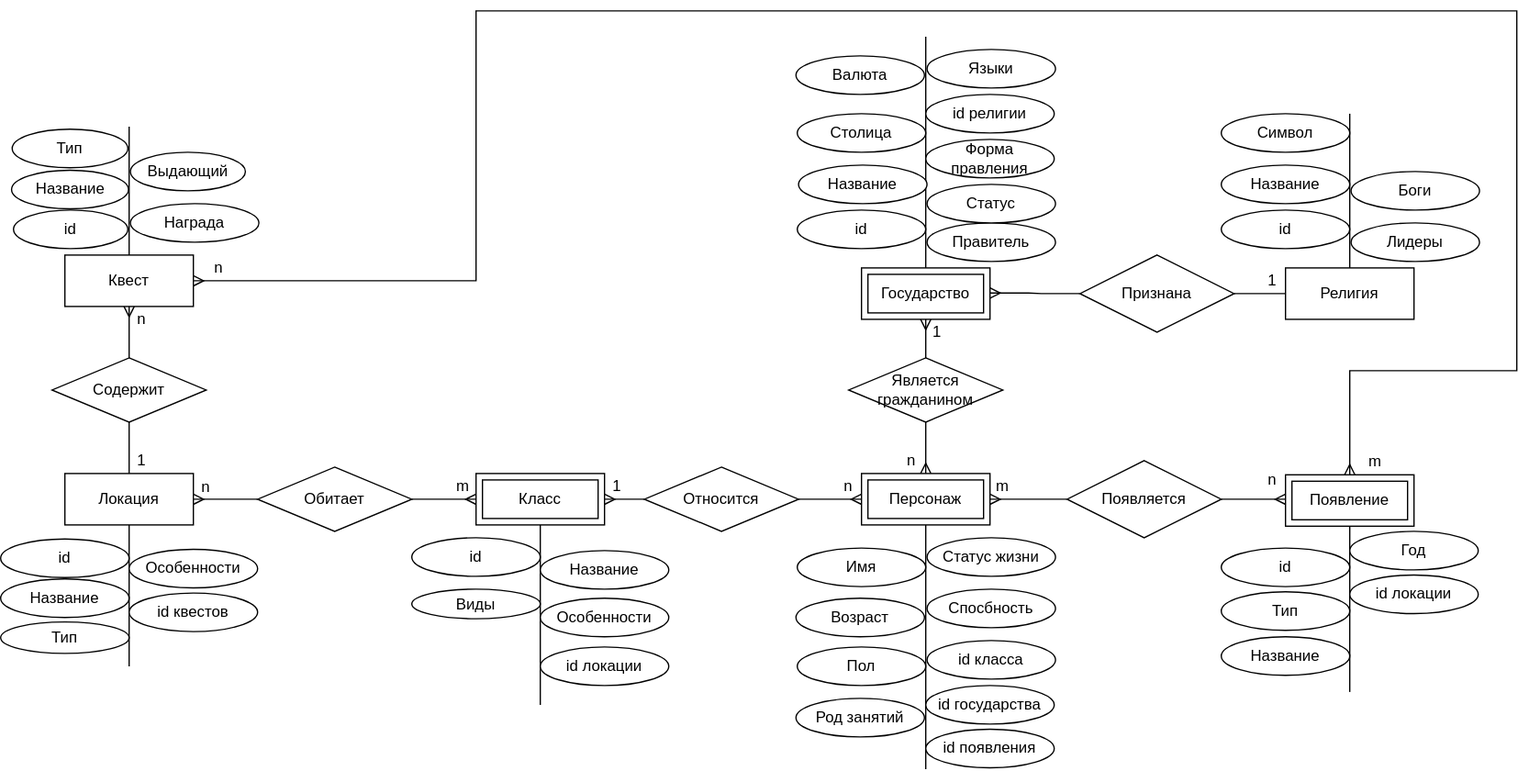
Earlier version of the draw.io export labs/data/er_diagram.svg (Erlendum/BMSTU_DB). Source tidied: cells renumbered, new cells last; positions are measured from the earlier drawing's top-left corner, leaving out a move shared by most shapes.
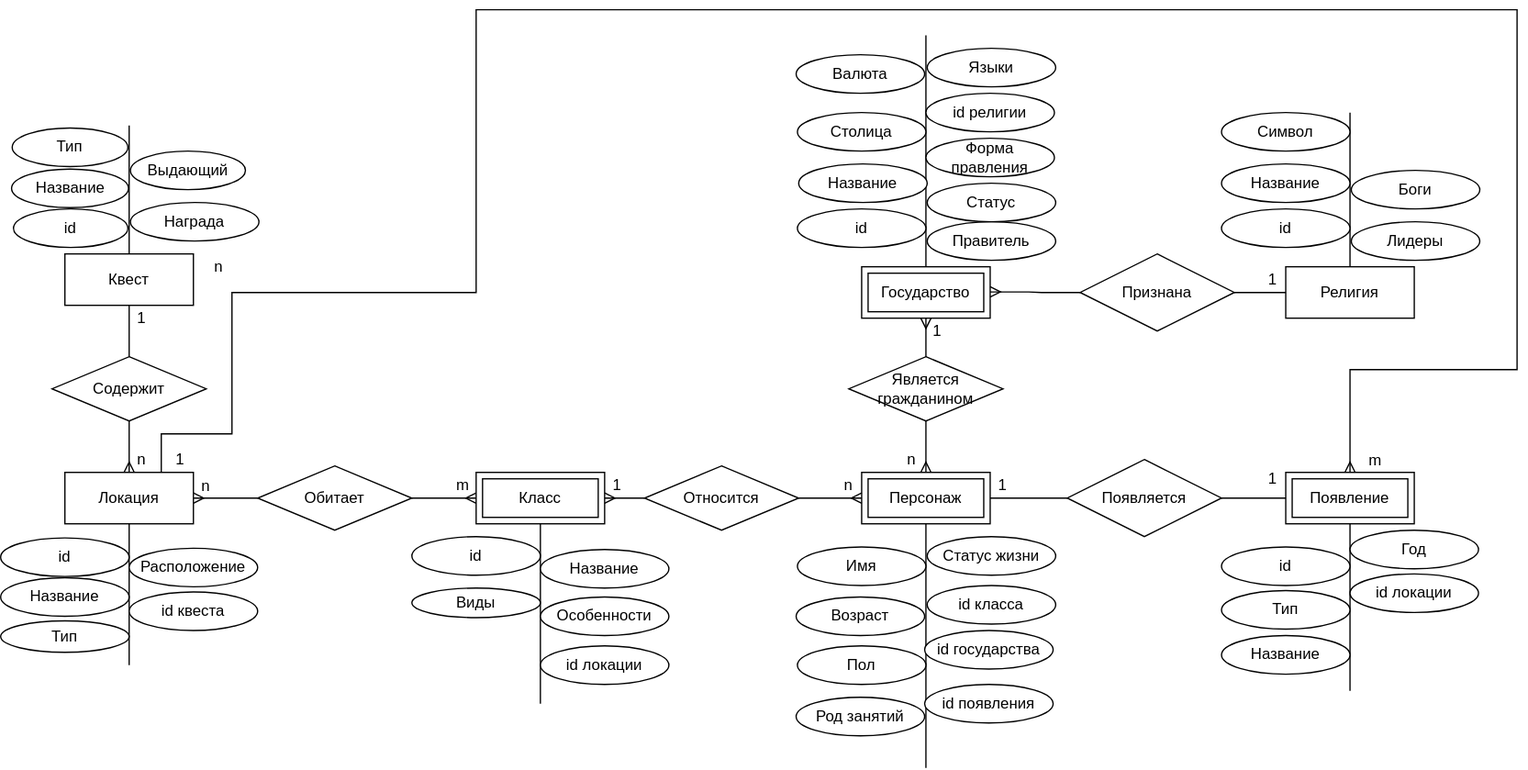
After the commit.

The edit, as a diff of the source:
```diff
@@ -11,11 +11,8 @@
     <mxCell id="3" value="Статус жизни" style="ellipse;whiteSpace=wrap;html=1;align=center;" parent="1" vertex="1">
       <mxGeometry x="721" y="410" width="100" height="30" as="geometry" />
     </mxCell>
-    <mxCell id="4" value="Спосбность" style="ellipse;whiteSpace=wrap;html=1;align=center;" parent="1" vertex="1">
-      <mxGeometry x="721" y="450" width="100" height="30" as="geometry" />
-    </mxCell>
     <mxCell id="5" value="id класса" style="ellipse;whiteSpace=wrap;html=1;align=center;" parent="1" vertex="1">
-      <mxGeometry x="721" y="490" width="100" height="30" as="geometry" />
+      <mxGeometry x="721" y="448" width="100" height="30" as="geometry" />
     </mxCell>
     <mxCell id="6" value="Имя" style="ellipse;whiteSpace=wrap;html=1;align=center;" parent="1" vertex="1">
       <mxGeometry x="620" y="418" width="100" height="30" as="geometry" />
@@ -27,7 +24,7 @@
       <mxGeometry x="620" y="495" width="100" height="30" as="geometry" />
     </mxCell>
     <mxCell id="9" value="id государства" style="ellipse;whiteSpace=wrap;html=1;align=center;" parent="1" vertex="1">
-      <mxGeometry x="720" y="525" width="100" height="30" as="geometry" />
+      <mxGeometry x="719" y="483" width="100" height="30" as="geometry" />
     </mxCell>
     <mxCell id="10" style="edgeStyle=orthogonalEdgeStyle;rounded=0;orthogonalLoop=1;jettySize=auto;html=1;endArrow=none;endFill=0;" parent="1" edge="1">
       <mxGeometry relative="1" as="geometry">
@@ -53,19 +50,9 @@
     <mxCell id="16" value="Род занятий" style="ellipse;whiteSpace=wrap;html=1;align=center;" parent="1" vertex="1">
       <mxGeometry x="619" y="535" width="100" height="30" as="geometry" />
     </mxCell>
-    <mxCell id="17" style="edgeStyle=entityRelationEdgeStyle;fontSize=12;html=1;endArrow=ERmany;startArrow=none;rounded=0;exitX=1;exitY=0.5;exitDx=0;exitDy=0;entryX=0;entryY=0.5;entryDx=0;entryDy=0;" parent="1" edge="1" source="18">
-      <mxGeometry relative="1" as="geometry">
-        <mxPoint x="1000" y="380" as="targetPoint" />
-      </mxGeometry>
-    </mxCell>
     <mxCell id="18" value="Появляется" style="shape=rhombus;perimeter=rhombusPerimeter;whiteSpace=wrap;html=1;align=center;" parent="1" vertex="1">
       <mxGeometry x="830" y="350" width="120" height="60" as="geometry" />
     </mxCell>
-    <mxCell id="19" style="edgeStyle=entityRelationEdgeStyle;fontSize=12;html=1;endArrow=none;startArrow=ERmany;rounded=0;exitX=1;exitY=0.5;exitDx=0;exitDy=0;entryX=0;entryY=0.5;entryDx=0;entryDy=0;" parent="1" edge="1" target="18">
-      <mxGeometry relative="1" as="geometry">
-        <mxPoint x="770" y="380" as="sourcePoint" />
-      </mxGeometry>
-    </mxCell>
     <mxCell id="20" style="edgeStyle=orthogonalEdgeStyle;rounded=0;orthogonalLoop=1;jettySize=auto;html=1;startArrow=ERmany;startFill=0;endArrow=ERmany;endFill=0;" parent="1" edge="1">
       <mxGeometry relative="1" as="geometry">
         <mxPoint x="720" y="240" as="sourcePoint" />
@@ -100,7 +87,7 @@
       <mxGeometry x="620" y="80" width="100" height="30" as="geometry" />
     </mxCell>
     <mxCell id="29" value="id появления" style="ellipse;whiteSpace=wrap;html=1;align=center;" parent="1" vertex="1">
-      <mxGeometry x="720" y="559" width="100" height="30" as="geometry" />
+      <mxGeometry x="719" y="525" width="100" height="30" as="geometry" />
     </mxCell>
     <mxCell id="30" style="edgeStyle=orthogonalEdgeStyle;rounded=0;orthogonalLoop=1;jettySize=auto;html=1;startArrow=none;startFill=0;endArrow=none;endFill=0;" parent="1" edge="1">
       <mxGeometry relative="1" as="geometry">
@@ -131,10 +118,10 @@
     <mxCell id="37" value="id религии" style="ellipse;whiteSpace=wrap;html=1;align=center;" parent="1" vertex="1">
       <mxGeometry x="720" y="65" width="100" height="30" as="geometry" />
     </mxCell>
-    <mxCell id="38" value="n" style="text;html=1;strokeColor=none;fillColor=none;align=center;verticalAlign=middle;whiteSpace=wrap;rounded=0;" parent="1" vertex="1">
+    <mxCell id="38" value="1" style="text;html=1;strokeColor=none;fillColor=none;align=center;verticalAlign=middle;whiteSpace=wrap;rounded=0;" parent="1" vertex="1">
       <mxGeometry x="980" y="355" width="20" height="20" as="geometry" />
     </mxCell>
-    <mxCell id="39" value="m" style="text;html=1;strokeColor=none;fillColor=none;align=center;verticalAlign=middle;whiteSpace=wrap;rounded=0;" parent="1" vertex="1">
+    <mxCell id="39" value="1" style="text;html=1;strokeColor=none;fillColor=none;align=center;verticalAlign=middle;whiteSpace=wrap;rounded=0;" parent="1" vertex="1">
       <mxGeometry x="770" y="360" width="20" height="20" as="geometry" />
     </mxCell>
     <mxCell id="40" value="1" style="text;html=1;strokeColor=none;fillColor=none;align=center;verticalAlign=middle;whiteSpace=wrap;rounded=0;" parent="1" vertex="1">
@@ -160,24 +147,19 @@
         <mxPoint x="100" y="510" as="targetPoint" />
       </mxGeometry>
     </mxCell>
-    <mxCell id="47" style="edgeStyle=orthogonalEdgeStyle;rounded=0;jettySize=auto;html=1;entryX=0.5;entryY=1;entryDx=0;entryDy=0;startArrow=none;startFill=0;endArrow=ERmany;endFill=0;" parent="1" edge="1" source="48">
-      <mxGeometry relative="1" as="geometry">
-        <mxPoint x="100" y="230" as="targetPoint" />
-      </mxGeometry>
-    </mxCell>
     <mxCell id="48" value="Локация" style="whiteSpace=wrap;html=1;align=center;" parent="1" vertex="1">
       <mxGeometry x="50" y="360" width="100" height="40" as="geometry" />
     </mxCell>
     <mxCell id="49" value="id" style="ellipse;whiteSpace=wrap;html=1;align=center;" parent="1" vertex="1">
       <mxGeometry y="411" width="100" height="30" as="geometry" />
     </mxCell>
-    <mxCell id="50" value="Особенности" style="ellipse;whiteSpace=wrap;html=1;align=center;" parent="1" vertex="1">
+    <mxCell id="50" value="Расположение" style="ellipse;whiteSpace=wrap;html=1;align=center;" parent="1" vertex="1">
       <mxGeometry x="100" y="419" width="100" height="30" as="geometry" />
     </mxCell>
     <mxCell id="51" value="Название" style="ellipse;whiteSpace=wrap;html=1;align=center;" parent="1" vertex="1">
       <mxGeometry y="442" width="100" height="30" as="geometry" />
     </mxCell>
-    <mxCell id="52" value="id квестов" style="ellipse;whiteSpace=wrap;html=1;align=center;" parent="1" vertex="1">
+    <mxCell id="52" value="id квеста" style="ellipse;whiteSpace=wrap;html=1;align=center;" parent="1" vertex="1">
       <mxGeometry x="100" y="453" width="100" height="30" as="geometry" />
     </mxCell>
     <mxCell id="53" value="Тип" style="ellipse;whiteSpace=wrap;html=1;align=center;" parent="1" vertex="1">
@@ -207,10 +189,10 @@
     <mxCell id="60" value="Содержит" style="shape=rhombus;perimeter=rhombusPerimeter;whiteSpace=wrap;html=1;align=center;" parent="1" vertex="1">
       <mxGeometry x="40" y="270" width="120" height="50" as="geometry" />
     </mxCell>
-    <mxCell id="61" value="1" style="text;html=1;strokeColor=none;fillColor=none;align=center;verticalAlign=middle;whiteSpace=wrap;rounded=0;" parent="1" vertex="1">
+    <mxCell id="61" value="n" style="text;html=1;strokeColor=none;fillColor=none;align=center;verticalAlign=middle;whiteSpace=wrap;rounded=0;" parent="1" vertex="1">
       <mxGeometry x="100" y="340" width="20" height="20" as="geometry" />
     </mxCell>
-    <mxCell id="62" value="n" style="text;html=1;strokeColor=none;fillColor=none;align=center;verticalAlign=middle;whiteSpace=wrap;rounded=0;" parent="1" vertex="1">
+    <mxCell id="62" value="1" style="text;html=1;strokeColor=none;fillColor=none;align=center;verticalAlign=middle;whiteSpace=wrap;rounded=0;" parent="1" vertex="1">
       <mxGeometry x="100" y="230" width="20" height="20" as="geometry" />
     </mxCell>
     <mxCell id="63" value="Награда" style="ellipse;whiteSpace=wrap;html=1;align=center;" parent="1" vertex="1">
@@ -231,9 +213,6 @@
     <mxCell id="68" value="Государство" style="shape=ext;margin=3;double=1;whiteSpace=wrap;html=1;align=center;strokeColor=default;" parent="1" vertex="1">
       <mxGeometry x="670" y="200" width="100" height="40" as="geometry" />
     </mxCell>
-    <mxCell id="69" value="Языки" style="ellipse;whiteSpace=wrap;html=1;align=center;" parent="1" vertex="1">
-      <mxGeometry x="721" y="30" width="100" height="30" as="geometry" />
-    </mxCell>
     <mxCell id="70" value="Валюта" style="ellipse;whiteSpace=wrap;html=1;align=center;" parent="1" vertex="1">
       <mxGeometry x="619" y="35" width="100" height="30" as="geometry" />
     </mxCell>
@@ -285,15 +264,18 @@
       <mxGeometry relative="1" as="geometry" />
     </mxCell>
     <mxCell id="84" value="Появление" style="shape=ext;margin=3;double=1;whiteSpace=wrap;html=1;align=center;strokeColor=default;" parent="1" vertex="1">
-      <mxGeometry x="1000" y="361" width="100" height="40" as="geometry" />
+      <mxGeometry x="1000" y="360" width="100" height="40" as="geometry" />
     </mxCell>
     <mxCell id="85" value="Квест" style="whiteSpace=wrap;html=1;align=center;" parent="1" vertex="1">
       <mxGeometry x="50" y="190" width="100" height="40" as="geometry" />
     </mxCell>
-    <mxCell id="86" style="endArrow=ERmany;html=1;rounded=0;startArrow=ERmany;startFill=0;endFill=0;exitX=1;exitY=0.5;exitDx=0;exitDy=0;entryX=0.5;entryY=0;entryDx=0;entryDy=0;" parent="1" edge="1" source="85" target="84">
+    <mxCell id="86" style="endArrow=ERmany;html=1;rounded=0;startArrow=none;startFill=0;endFill=0;exitX=0.75;exitY=0;exitDx=0;exitDy=0;entryX=0.5;entryY=0;entryDx=0;entryDy=0;" parent="1" edge="1" source="48" target="84">
       <mxGeometry relative="1" as="geometry">
         <Array as="points">
-          <mxPoint x="370" y="210" />
+          <mxPoint x="125" y="330" />
+          <mxPoint x="180" y="330" />
+          <mxPoint x="180" y="220" />
+          <mxPoint x="370" y="220" />
           <mxPoint x="370" />
           <mxPoint x="1180" />
           <mxPoint x="1180" y="280" />
@@ -307,5 +289,33 @@
     <mxCell id="88" value="m" style="text;html=1;strokeColor=none;fillColor=none;align=center;verticalAlign=middle;whiteSpace=wrap;rounded=0;" parent="1" vertex="1">
       <mxGeometry x="1060" y="341" width="20" height="20" as="geometry" />
     </mxCell>
+    <mxCell id="89" style="edgeStyle=orthogonalEdgeStyle;rounded=0;jettySize=auto;html=1;endArrow=none;endFill=0;startArrow=none;startFill=0;exitX=0;exitY=0.5;exitDx=0;exitDy=0;entryX=0;entryY=1;entryDx=0;entryDy=0;" parent="1" edge="1" source="18" target="39">
+      <mxGeometry relative="1" as="geometry">
+        <Array as="points">
+          <mxPoint x="790" y="380" />
+          <mxPoint x="790" y="380" />
+        </Array>
+      </mxGeometry>
+    </mxCell>
+    <mxCell id="90" style="edgeStyle=orthogonalEdgeStyle;rounded=0;jettySize=auto;html=1;endArrow=none;endFill=0;startArrow=none;startFill=0;exitX=0;exitY=0.5;exitDx=0;exitDy=0;entryX=1;entryY=0.5;entryDx=0;entryDy=0;" parent="1" edge="1" source="84" target="18">
+      <mxGeometry relative="1" as="geometry">
+        <Array as="points">
+          <mxPoint x="980" y="380" />
+          <mxPoint x="980" y="380" />
+        </Array>
+      </mxGeometry>
+    </mxCell>
+    <mxCell id="69" value="Языки" style="ellipse;whiteSpace=wrap;html=1;align=center;" parent="1" vertex="1">
+      <mxGeometry x="721" y="30" width="100" height="30" as="geometry" />
+    </mxCell>
+    <mxCell id="91" style="edgeStyle=orthogonalEdgeStyle;rounded=0;jettySize=auto;html=1;exitX=0.5;exitY=0;exitDx=0;exitDy=0;entryX=0.5;entryY=1;entryDx=0;entryDy=0;startArrow=ERmany;startFill=0;endArrow=none;endFill=0;" parent="1" edge="1" source="48" target="60">
+      <mxGeometry relative="1" as="geometry" />
+    </mxCell>
+    <mxCell id="92" style="edgeStyle=orthogonalEdgeStyle;rounded=0;jettySize=auto;html=1;endArrow=none;endFill=0;startArrow=none;startFill=0;exitX=0.5;exitY=1;exitDx=0;exitDy=0;entryX=0.5;entryY=0;entryDx=0;entryDy=0;" parent="1" edge="1" source="85" target="60">
+      <mxGeometry relative="1" as="geometry" />
+    </mxCell>
+    <mxCell id="93" value="1" style="text;html=1;strokeColor=none;fillColor=none;align=center;verticalAlign=middle;whiteSpace=wrap;rounded=0;" parent="1" vertex="1">
+      <mxGeometry x="130" y="340" width="20" height="20" as="geometry" />
+    </mxCell>
   </root>
 </mxGraphModel>
```
